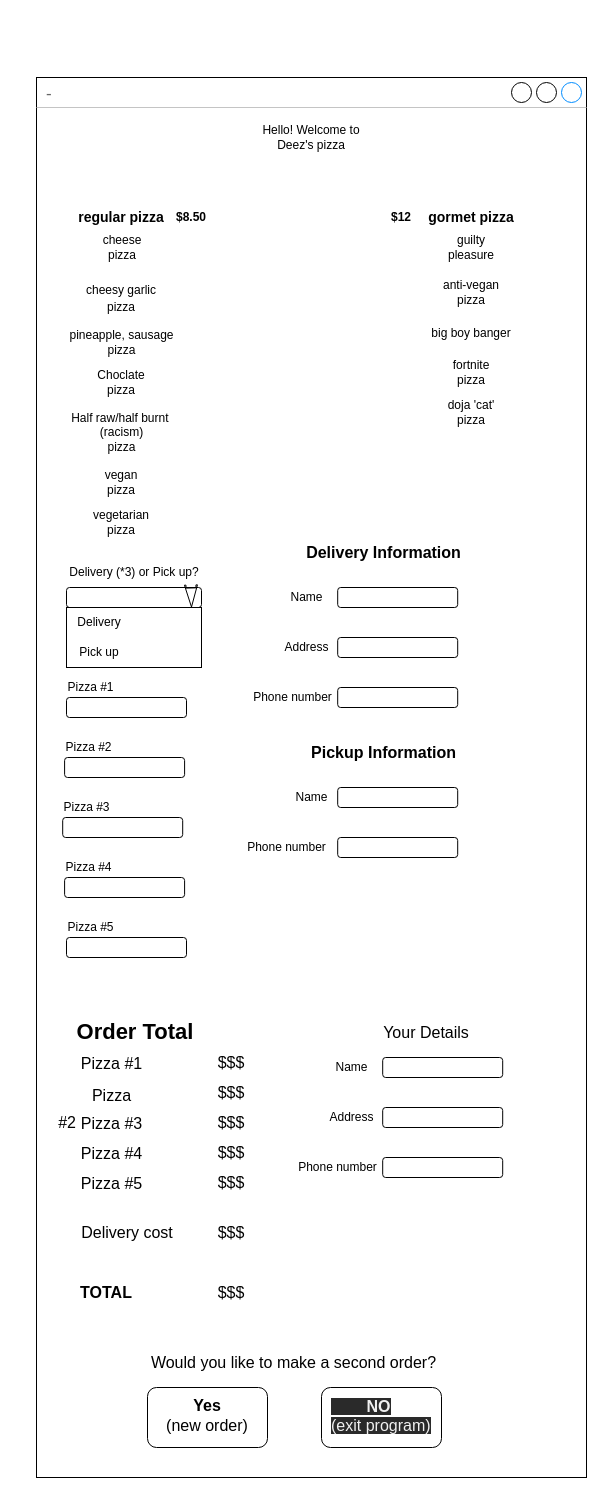
Before: wirefram.drawio in ASDAH-Digtal/pizza-program-Tekudi-snarts, a draw.io diagram. Source tidied: cells renumbered, new cells numbered last; positions are measured from the earlier drawing's top-left corner, leaving out a move shared by most shapes. Both pictures are drawn from the tidied source at 100%, with x=0, y=0 at pixel (29, 77).
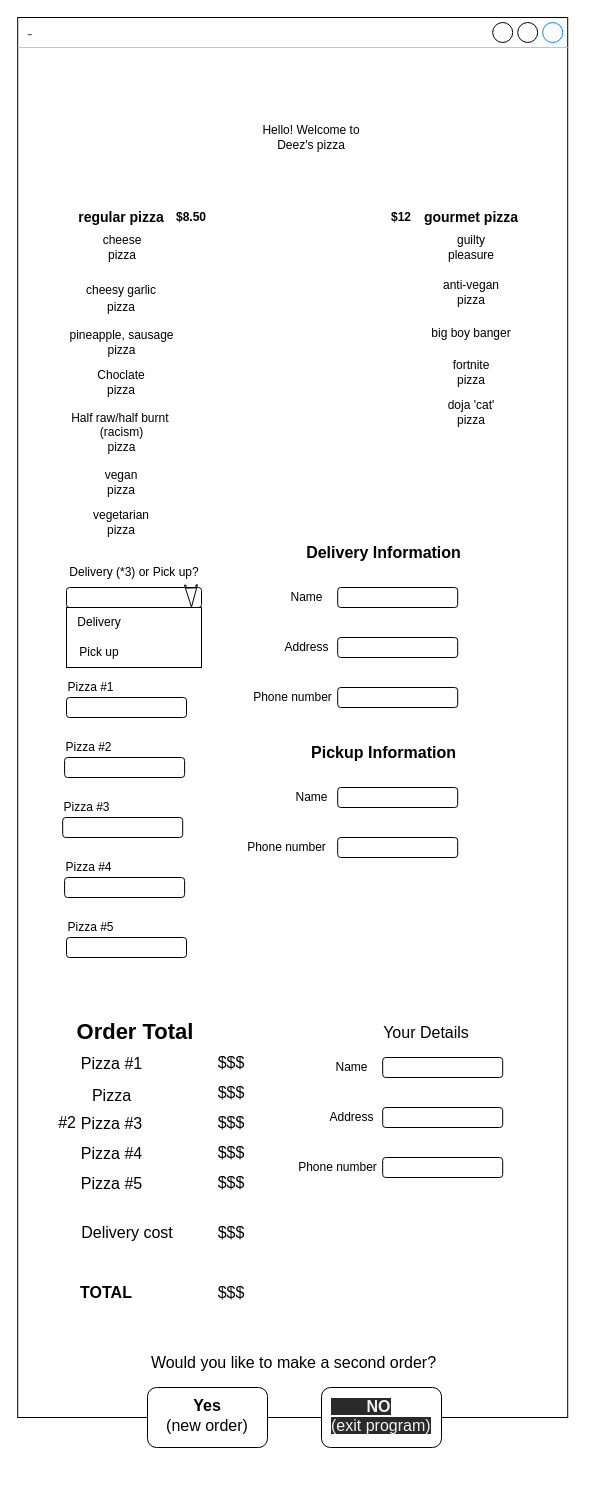
The same page after the edit.

What changed in the source:
```diff
@@
     <mxCell id="3" value="-" style="strokeWidth=1;shadow=0;dashed=0;align=center;html=1;shape=mxgraph.mockup.containers.window;align=left;verticalAlign=top;spacingLeft=8;strokeColor2=#008cff;strokeColor3=#c4c4c4;fontColor=#666666;mainText=;fontSize=17;labelBackgroundColor=none;" parent="1" vertex="1">
-      <mxGeometry x="7" width="550" height="1400" as="geometry" />
+      <mxGeometry x="-11.8" y="-60" width="550" height="1400" as="geometry" />
     </mxCell>
@@
-    <mxCell id="6" value="&lt;font style=&quot;font-size: 14px&quot;&gt;&lt;b&gt;gormet pizza&lt;/b&gt;&lt;/font&gt;" style="text;html=1;strokeColor=none;fillColor=none;align=center;verticalAlign=middle;whiteSpace=wrap;rounded=0;" parent="1" vertex="1">
+    <mxCell id="6" value="&lt;font style=&quot;font-size: 14px&quot;&gt;&lt;b&gt;gourmet pizza&lt;/b&gt;&lt;/font&gt;" style="text;html=1;strokeColor=none;fillColor=none;align=center;verticalAlign=middle;whiteSpace=wrap;rounded=0;" parent="1" vertex="1">
       <mxGeometry x="392" y="125" width="100" height="30" as="geometry" />
     </mxCell>
```
